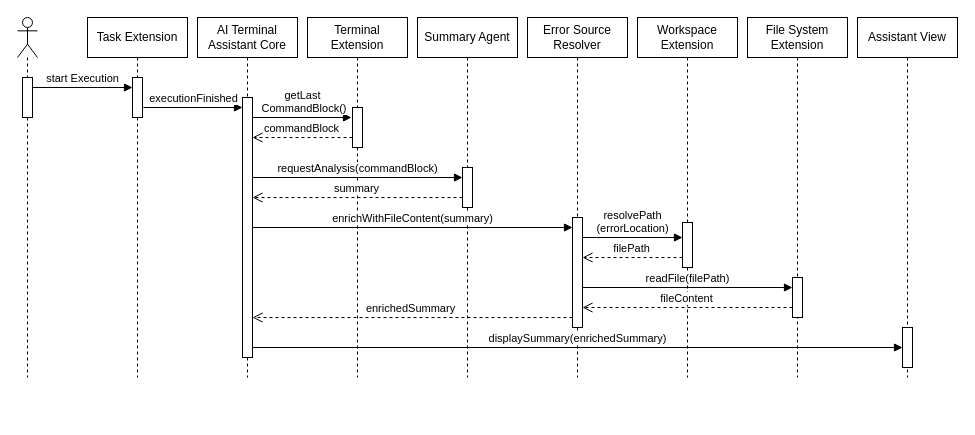
Before: page "Page-6" (6 of 6) of figures/terminal-summary-build-to-summary-sequence.drawio in Fangoling/bachelor-thesis, a draw.io diagram. Source tidied: cells renumbered, new cells numbered last; positions are measured from the earlier drawing's top-left corner, leaving out a move shared by most shapes. Both pictures are drawn from the tidied source at 100%, with x=0, y=0 at pixel (17, 17).
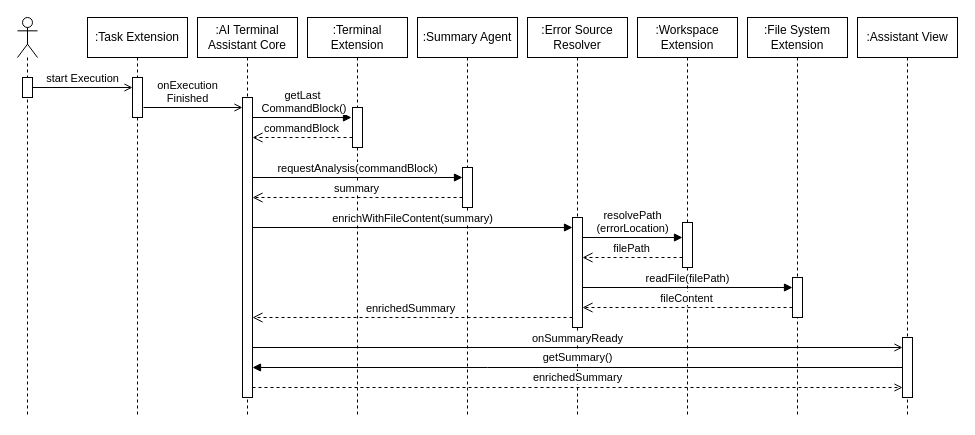
Above is the later version.

The edit, as a diff of the source:
```diff
@@
-    <mxCell id="2" value="Task Extension" style="shape=umlLifeline;perimeter=lifelinePerimeter;whiteSpace=wrap;html=1;newEdgeStyle={&quot;curved&quot;:0,&quot;rounded&quot;:0};" parent="1" vertex="1">
-      <mxGeometry x="70" width="100" height="360" as="geometry" />
+    <mxCell id="2" value=":Task Extension" style="shape=umlLifeline;perimeter=lifelinePerimeter;whiteSpace=wrap;html=1;newEdgeStyle={&quot;curved&quot;:0,&quot;rounded&quot;:0};" parent="1" vertex="1">
+      <mxGeometry x="70" width="100" height="400" as="geometry" />
     </mxCell>
@@
     <mxCell id="4" style="shape=umlLifeline;perimeter=lifelinePerimeter;whiteSpace=wrap;html=1;newEdgeStyle={&quot;curved&quot;:0,&quot;rounded&quot;:0};participant=umlActor;" parent="1" vertex="1">
-      <mxGeometry width="20" height="360" as="geometry" />
+      <mxGeometry width="20" height="400" as="geometry" />
     </mxCell>
     <mxCell id="5" style="html=1;points=[[0,0,0,0,5],[0,1,0,0,-5],[1,0,0,0,5],[1,1,0,0,-5]];perimeter=orthogonalPerimeter;outlineConnect=0;targetShapes=umlLifeline;portConstraint=eastwest;newEdgeStyle={&quot;curved&quot;:0,&quot;rounded&quot;:0};" parent="4" vertex="1">
-      <mxGeometry x="5" y="60" width="10" height="40" as="geometry" />
+      <mxGeometry x="5" y="60" width="10" height="20" as="geometry" />
     </mxCell>
-    <mxCell id="6" value="start&amp;nbsp;&lt;span style=&quot;background-color: light-dark(#ffffff, var(--ge-dark-color, #121212)); color: light-dark(rgb(0, 0, 0), rgb(255, 255, 255));&quot;&gt;Execution&lt;/span&gt;" style="html=1;verticalAlign=bottom;endArrow=block;curved=0;rounded=0;entryX=0;entryY=0;entryDx=0;entryDy=5;" parent="1" edge="1" source="5">
+    <mxCell id="6" value="start&amp;nbsp;&lt;span style=&quot;background-color: light-dark(#ffffff, var(--ge-dark-color, #121212)); color: light-dark(rgb(0, 0, 0), rgb(255, 255, 255));&quot;&gt;Execution&lt;/span&gt;" style="html=1;verticalAlign=bottom;endArrow=open;curved=0;rounded=0;entryX=0;entryY=0;entryDx=0;entryDy=5;endFill=0;" parent="1" edge="1" source="5">
       <mxGeometry relative="1" as="geometry">
         <mxPoint x="115" y="70" as="targetPoint" />
       </mxGeometry>
     </mxCell>
-    <mxCell id="7" value="executionFinished" style="html=1;verticalAlign=bottom;endArrow=block;curved=0;rounded=0;" parent="1" edge="1" target="9">
-      <mxGeometry relative="1" as="geometry">
-        <mxPoint x="126" y="90" as="sourcePoint" />
-      </mxGeometry>
-    </mxCell>
-    <mxCell id="8" value="AI Terminal&lt;div&gt;Assistant Core&lt;/div&gt;" style="shape=umlLifeline;perimeter=lifelinePerimeter;whiteSpace=wrap;html=1;newEdgeStyle={&quot;curved&quot;:0,&quot;rounded&quot;:0};" parent="1" vertex="1">
-      <mxGeometry x="180" width="100" height="360" as="geometry" />
+    <mxCell id="8" value=":AI Terminal&lt;div&gt;Assistant Core&lt;/div&gt;" style="shape=umlLifeline;perimeter=lifelinePerimeter;whiteSpace=wrap;html=1;newEdgeStyle={&quot;curved&quot;:0,&quot;rounded&quot;:0};" parent="1" vertex="1">
+      <mxGeometry x="180" width="100" height="400" as="geometry" />
     </mxCell>
     <mxCell id="9" style="html=1;points=[[0,0,0,0,5],[0,1,0,0,-5],[1,0,0,0,5],[1,1,0,0,-5]];perimeter=orthogonalPerimeter;outlineConnect=0;targetShapes=umlLifeline;portConstraint=eastwest;newEdgeStyle={&quot;curved&quot;:0,&quot;rounded&quot;:0};" parent="8" vertex="1">
-      <mxGeometry x="45" y="80" width="10" height="260" as="geometry" />
+      <mxGeometry x="45" y="80" width="10" height="300" as="geometry" />
     </mxCell>
-    <mxCell id="10" value="Terminal Extension" style="shape=umlLifeline;perimeter=lifelinePerimeter;whiteSpace=wrap;html=1;newEdgeStyle={&quot;curved&quot;:0,&quot;rounded&quot;:0};" parent="1" vertex="1">
-      <mxGeometry x="290" width="100" height="360" as="geometry" />
+    <mxCell id="10" value=":Terminal Extension" style="shape=umlLifeline;perimeter=lifelinePerimeter;whiteSpace=wrap;html=1;newEdgeStyle={&quot;curved&quot;:0,&quot;rounded&quot;:0};" parent="1" vertex="1">
+      <mxGeometry x="290" width="100" height="400" as="geometry" />
     </mxCell>
@@
-    <mxCell id="12" value="Summary Agent" style="shape=umlLifeline;perimeter=lifelinePerimeter;whiteSpace=wrap;html=1;newEdgeStyle={&quot;curved&quot;:0,&quot;rounded&quot;:0};" parent="1" vertex="1">
-      <mxGeometry x="400" width="100" height="360" as="geometry" />
+    <mxCell id="12" value=":Summary Agent" style="shape=umlLifeline;perimeter=lifelinePerimeter;whiteSpace=wrap;html=1;newEdgeStyle={&quot;curved&quot;:0,&quot;rounded&quot;:0};" parent="1" vertex="1">
+      <mxGeometry x="400" width="100" height="400" as="geometry" />
     </mxCell>
@@
-    <mxCell id="14" value="Error Source Resolver" style="shape=umlLifeline;perimeter=lifelinePerimeter;whiteSpace=wrap;html=1;newEdgeStyle={&quot;curved&quot;:0,&quot;rounded&quot;:0};" parent="1" vertex="1">
-      <mxGeometry x="510" width="100" height="360" as="geometry" />
+    <mxCell id="14" value=":Error Source Resolver" style="shape=umlLifeline;perimeter=lifelinePerimeter;whiteSpace=wrap;html=1;newEdgeStyle={&quot;curved&quot;:0,&quot;rounded&quot;:0};" parent="1" vertex="1">
+      <mxGeometry x="510" width="100" height="400" as="geometry" />
     </mxCell>
@@
-    <mxCell id="16" value="Workspace Extension" style="shape=umlLifeline;perimeter=lifelinePerimeter;whiteSpace=wrap;html=1;newEdgeStyle={&quot;curved&quot;:0,&quot;rounded&quot;:0};" parent="1" vertex="1">
-      <mxGeometry x="620" width="100" height="360" as="geometry" />
+    <mxCell id="16" value=":Workspace Extension" style="shape=umlLifeline;perimeter=lifelinePerimeter;whiteSpace=wrap;html=1;newEdgeStyle={&quot;curved&quot;:0,&quot;rounded&quot;:0};" parent="1" vertex="1">
+      <mxGeometry x="620" width="100" height="400" as="geometry" />
     </mxCell>
@@
-    <mxCell id="18" value="File System Extension" style="shape=umlLifeline;perimeter=lifelinePerimeter;whiteSpace=wrap;html=1;newEdgeStyle={&quot;curved&quot;:0,&quot;rounded&quot;:0};" parent="1" vertex="1">
-      <mxGeometry x="730" width="100" height="360" as="geometry" />
+    <mxCell id="18" value=":File System Extension" style="shape=umlLifeline;perimeter=lifelinePerimeter;whiteSpace=wrap;html=1;newEdgeStyle={&quot;curved&quot;:0,&quot;rounded&quot;:0};" parent="1" vertex="1">
+      <mxGeometry x="730" width="100" height="400" as="geometry" />
     </mxCell>
@@
-    <mxCell id="20" value="Assistant View" style="shape=umlLifeline;perimeter=lifelinePerimeter;whiteSpace=wrap;html=1;newEdgeStyle={&quot;curved&quot;:0,&quot;rounded&quot;:0};" parent="1" vertex="1">
-      <mxGeometry x="840" width="100" height="360" as="geometry" />
+    <mxCell id="20" value=":Assistant View" style="shape=umlLifeline;perimeter=lifelinePerimeter;whiteSpace=wrap;html=1;newEdgeStyle={&quot;curved&quot;:0,&quot;rounded&quot;:0};" parent="1" vertex="1">
+      <mxGeometry x="840" width="100" height="400" as="geometry" />
     </mxCell>
     <mxCell id="21" style="html=1;points=[[0,0,0,0,5],[0,1,0,0,-5],[1,0,0,0,5],[1,1,0,0,-5]];perimeter=orthogonalPerimeter;outlineConnect=0;targetShapes=umlLifeline;portConstraint=eastwest;newEdgeStyle={&quot;curved&quot;:0,&quot;rounded&quot;:0};" parent="20" vertex="1">
-      <mxGeometry x="45" y="310" width="10" height="40" as="geometry" />
+      <mxGeometry x="45" y="320" width="10" height="60" as="geometry" />
     </mxCell>
@@
-    <mxCell id="23" value="commandBlock" style="html=1;verticalAlign=bottom;endArrow=open;dashed=1;endSize=8;curved=0;rounded=0;exitX=0;exitY=1;exitDx=0;exitDy=-5;" parent="1" edge="1">
+    <mxCell id="23" value="commandBlock" style="html=1;verticalAlign=bottom;endArrow=open;dashed=1;endSize=8;curved=0;rounded=0;exitX=0;exitY=1;exitDx=0;exitDy=-5;" parent="1" edge="1" target="9">
       <mxGeometry x="0.01" relative="1" as="geometry">
         <mxPoint x="335" y="120" as="sourcePoint" />
-        <mxPoint x="235" y="120" as="targetPoint" />
       </mxGeometry>
     </mxCell>
@@
-    <mxCell id="32" value="displaySummary(enrichedSummary)" style="html=1;verticalAlign=bottom;endArrow=block;curved=0;rounded=0;" parent="1" edge="1">
+    <mxCell id="32" value="onSummaryReady" style="html=1;verticalAlign=bottom;endArrow=open;curved=0;rounded=0;endFill=0;" parent="1" edge="1">
       <mxGeometry relative="1" as="geometry">
         <mxPoint x="235" y="330" as="sourcePoint" />
         <mxPoint x="885" y="330" as="targetPoint" />
       </mxGeometry>
     </mxCell>
+    <mxCell id="7" value="onExecution&lt;div&gt;Finished&lt;/div&gt;" style="html=1;verticalAlign=bottom;endArrow=open;curved=0;rounded=0;endFill=0;" parent="1" edge="1" target="9">
+      <mxGeometry x="-0.11" relative="1" as="geometry">
+        <mxPoint x="126" y="90" as="sourcePoint" />
+      </mxGeometry>
+    </mxCell>
+    <mxCell id="33" value="getSummary()" style="edgeStyle=orthogonalEdgeStyle;rounded=0;jettySize=auto;html=1;endArrow=none;endFill=0;startArrow=block;startFill=1;" parent="1" edge="1" source="9" target="21">
+      <mxGeometry y="10" relative="1" as="geometry">
+        <Array as="points">
+          <mxPoint x="470" y="350" />
+          <mxPoint x="470" y="350" />
+        </Array>
+      </mxGeometry>
+    </mxCell>
+    <mxCell id="34" value="enrichedSummary" style="edgeStyle=orthogonalEdgeStyle;rounded=0;orthogonalLoop=1;jettySize=auto;html=1;endArrow=open;endFill=0;startArrow=none;startFill=0;dashed=1;" parent="1" edge="1">
+      <mxGeometry y="10" relative="1" as="geometry">
+        <mxPoint x="235" y="370" as="sourcePoint" />
+        <mxPoint x="885" y="370" as="targetPoint" />
+        <Array as="points">
+          <mxPoint x="410" y="370" />
+          <mxPoint x="410" y="370" />
+        </Array>
+      </mxGeometry>
+    </mxCell>
```
